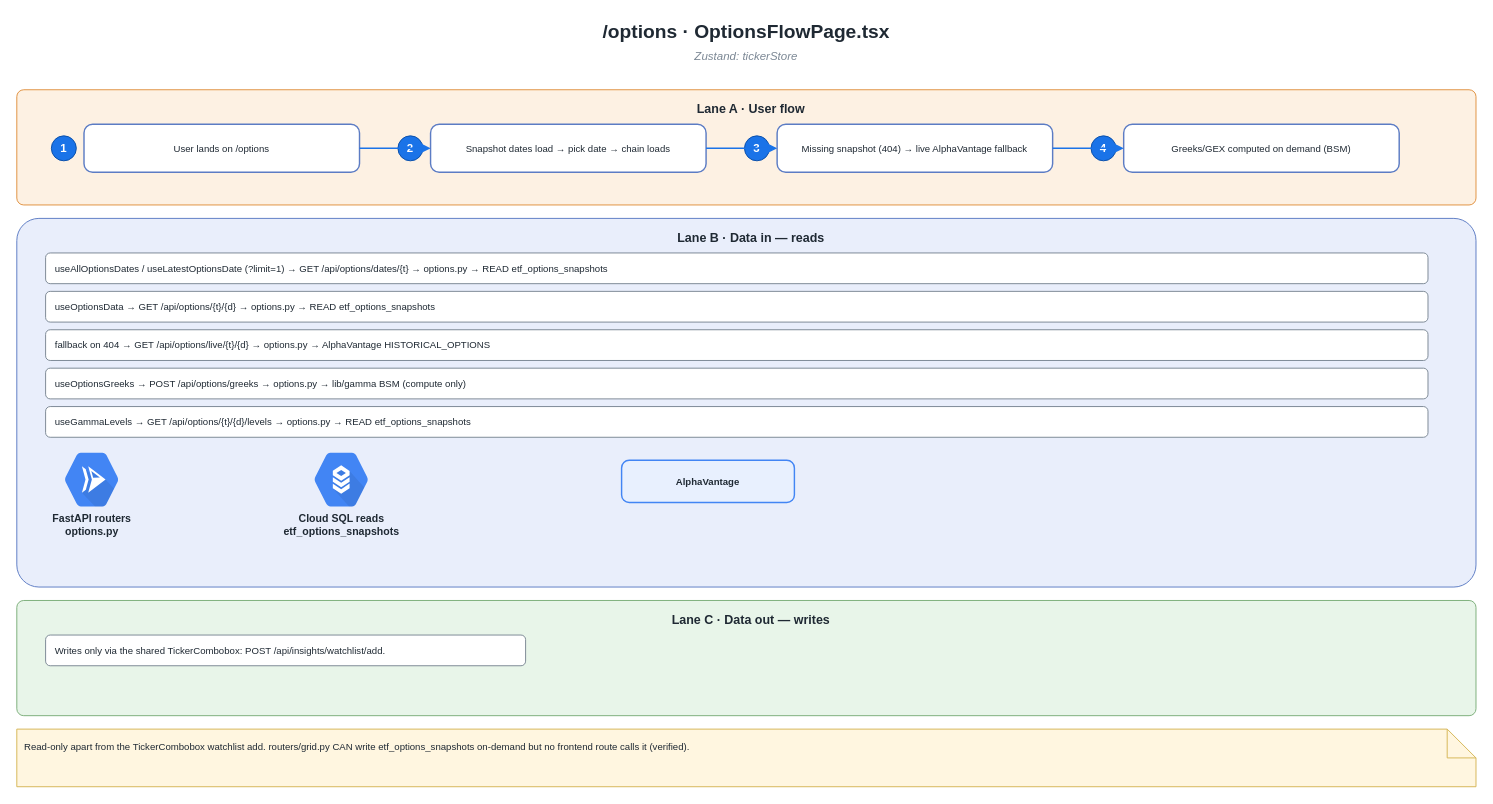
This is page "6 · Options Flow" (7 of 15) of Frontend-icons.drawio from TeneikaAskew/solyra, a draw.io file, before an edit. Source tidied: cells renumbered, new cells numbered last; positions are measured from the earlier drawing's top-left corner, leaving out a move shared by most shapes. Both pictures are drawn from the tidied source at 96%, with x=0, y=0 at pixel (16, 16).
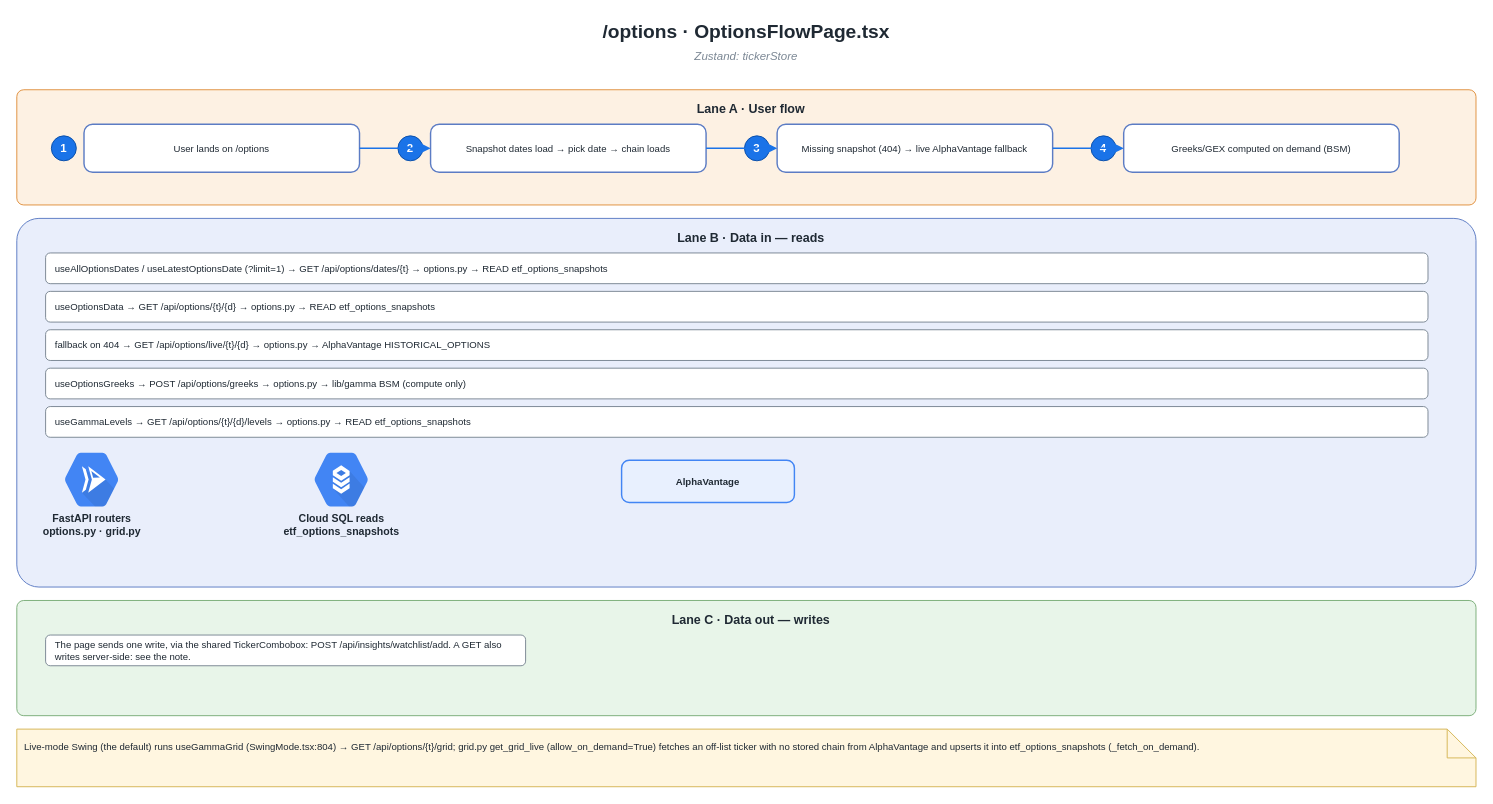
The same diagram, later.

Commit message (it also covers changes not shown here):
docs: correct the frontend diagrams' shell, store and data-source cells

What changed in the source:
```diff
@@
-    <mxCell id="22" value="FastAPI routers&#10;options.py" style="sketch=0;html=1;strokeColor=none;shadow=0;fillColor=#4285F4;verticalLabelPosition=bottom;verticalAlign=top;labelPosition=center;align=center;fontSize=11;fontStyle=1;fontColor=#1f2933;shape=mxgraph.gcp2.cloud_run;" parent="1" vertex="1">
+    <mxCell id="22" value="FastAPI routers&#10;options.py · grid.py" style="sketch=0;html=1;strokeColor=none;shadow=0;fillColor=#4285F4;verticalLabelPosition=bottom;verticalAlign=top;labelPosition=center;align=center;fontSize=11;fontStyle=1;fontColor=#1f2933;shape=mxgraph.gcp2.cloud_run;" parent="1" vertex="1">
       <mxGeometry x="50" y="454" width="56" height="56" as="geometry" />
     </mxCell>
@@
-    <mxCell id="26" value="Writes only via the shared TickerCombobox: POST /api/insights/watchlist/add." style="rounded=1;whiteSpace=wrap;html=1;fillColor=#ffffff;strokeColor=#7b8794;fontSize=10;align=left;verticalAlign=middle;spacingLeft=8;fontColor=#1f2933;" parent="1" vertex="1">
+    <mxCell id="26" value="The page sends one write, via the shared TickerCombobox: POST /api/insights/watchlist/add. A GET also writes server-side: see the note." style="rounded=1;whiteSpace=wrap;html=1;fillColor=#ffffff;strokeColor=#7b8794;fontSize=10;align=left;verticalAlign=middle;spacingLeft=8;fontColor=#1f2933;" parent="1" vertex="1">
       <mxGeometry x="30" y="644" width="500" height="32" as="geometry" />
     </mxCell>
-    <mxCell id="27" value="Read-only apart from the TickerCombobox watchlist add. routers/grid.py CAN write etf_options_snapshots on-demand but no frontend route calls it (verified)." style="shape=note;whiteSpace=wrap;html=1;fillColor=#fff6e0;strokeColor=#d6b656;strokeWidth=1;fontSize=10;align=left;verticalAlign=top;spacing=8;fontColor=#1f2933;" parent="1" vertex="1">
+    <mxCell id="27" value="Live-mode Swing (the default) runs useGammaGrid (SwingMode.tsx:804) → GET /api/options/{t}/grid; grid.py get_grid_live (allow_on_demand=True) fetches an off-list ticker with no stored chain from AlphaVantage and upserts it into etf_options_snapshots (_fetch_on_demand)." style="shape=note;whiteSpace=wrap;html=1;fillColor=#fff6e0;strokeColor=#d6b656;strokeWidth=1;fontSize=10;align=left;verticalAlign=top;spacing=8;fontColor=#1f2933;" parent="1" vertex="1">
       <mxGeometry y="742" width="1520" height="60" as="geometry" />
     </mxCell>
```
